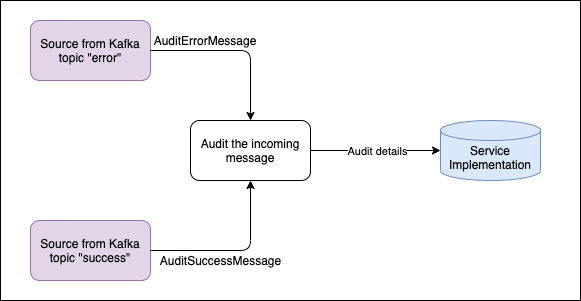
gchq/Palisade-services keeps this draw.io diagram as audit-service/doc/audit-service.png. Above is the earlier version. Source tidied: cells renumbered, new cells last; positions are measured from the earlier drawing's top-left corner, leaving out a move shared by most shapes.
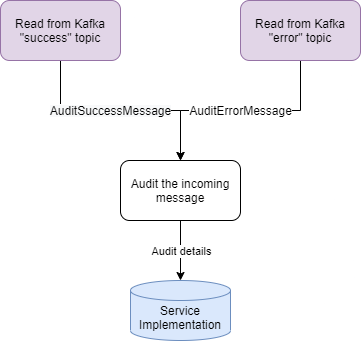
Above is the later version.

Diff of the diagram source:
```diff
@@ -2,46 +2,29 @@
   <root>
     <mxCell id="0" />
     <mxCell id="1" parent="0" />
-    <mxCell id="2" style="rounded=0;whiteSpace=wrap;html=1;" parent="1" vertex="1">
-      <mxGeometry width="580" height="300" as="geometry" />
-    </mxCell>
+    <mxCell id="10" value="&lt;font style=&quot;font-size: 12px&quot;&gt;AuditErrorMessage&lt;/font&gt;" style="edgeStyle=orthogonalEdgeStyle;rounded=0;jettySize=auto;html=1;exitX=0.5;exitY=1;exitDx=0;exitDy=0;entryX=0.5;entryY=0;entryDx=0;entryDy=0;" parent="1" edge="1" source="3" target="5">
+      <mxGeometry relative="1" as="geometry" />
+    </mxCell>
-    <mxCell id="3" value="Source from Kafka topic &quot;error&quot;" style="rounded=1;whiteSpace=wrap;html=1;fillColor=#e1d5e7;strokeColor=#9673a6;" parent="1" vertex="1">
-      <mxGeometry x="30" y="20" width="120" height="60" as="geometry" />
+    <mxCell id="3" value="Read from Kafka &quot;error&quot; topic" style="rounded=1;whiteSpace=wrap;html=1;fillColor=#e1d5e7;strokeColor=#9673a6;" parent="1" vertex="1">
+      <mxGeometry x="310" y="-40" width="120" height="60" as="geometry" />
     </mxCell>
+    <mxCell id="11" value="&lt;span style=&quot;color: rgb(0 , 0 , 0) ; font-family: &amp;#34;helvetica&amp;#34; ; font-style: normal ; font-weight: 400 ; letter-spacing: normal ; text-align: center ; text-indent: 0px ; text-transform: none ; word-spacing: 0px ; background-color: rgb(248 , 249 , 250) ; display: inline ; float: none&quot;&gt;&lt;font style=&quot;font-size: 12px&quot;&gt;AuditSuccessMessage&lt;/font&gt;&lt;/span&gt;" style="edgeStyle=orthogonalEdgeStyle;rounded=0;jettySize=auto;html=1;exitX=0.5;exitY=1;exitDx=0;exitDy=0;" parent="1" edge="1" source="4" target="5">
+      <mxGeometry x="-0.09" relative="1" as="geometry" />
+    </mxCell>
-    <mxCell id="4" value="Source from Kafka topic &quot;success&quot;" style="rounded=1;whiteSpace=wrap;html=1;fillColor=#e1d5e7;strokeColor=#9673a6;" parent="1" vertex="1">
-      <mxGeometry x="30" y="220" width="120" height="60" as="geometry" />
+    <mxCell id="4" value="Read from Kafka &quot;success&quot; topic" style="rounded=1;whiteSpace=wrap;html=1;fillColor=#e1d5e7;strokeColor=#9673a6;" parent="1" vertex="1">
+      <mxGeometry x="70" y="-40" width="120" height="60" as="geometry" />
     </mxCell>
     <mxCell id="5" value="Audit the incoming message" style="rounded=1;whiteSpace=wrap;html=1;" parent="1" vertex="1">
       <mxGeometry x="190" y="120" width="120" height="60" as="geometry" />
     </mxCell>
-    <mxCell id="6" style="endArrow=classic;html=1;exitX=1;exitY=0.5;exitDx=0;exitDy=0;entryX=0.5;entryY=0;entryDx=0;entryDy=0;" parent="1" edge="1" source="3" target="5">
-      <mxGeometry relative="1" as="geometry">
-        <Array as="points">
-          <mxPoint x="250" y="50" />
-        </Array>
-      </mxGeometry>
-    </mxCell>
-    <mxCell id="7" style="endArrow=classic;html=1;exitX=1;exitY=0.5;exitDx=0;exitDy=0;entryX=0.5;entryY=1;entryDx=0;entryDy=0;" parent="1" edge="1" source="4" target="5">
-      <mxGeometry relative="1" as="geometry">
-        <Array as="points">
-          <mxPoint x="250" y="250" />
-        </Array>
-      </mxGeometry>
-    </mxCell>
-    <mxCell id="8" style="endArrow=classic;html=1;exitX=1;exitY=0.5;exitDx=0;exitDy=0;entryX=0;entryY=0.5;entryDx=0;entryDy=0;entryPerimeter=0;" parent="1" edge="1" source="5" target="12">
+    <mxCell id="8" style="endArrow=classic;html=1;exitX=0.5;exitY=1;exitDx=0;exitDy=0;entryX=0.5;entryY=0;entryDx=0;entryDy=0;entryPerimeter=0;" parent="1" edge="1" source="5" target="12">
       <mxGeometry relative="1" as="geometry" />
     </mxCell>
     <mxCell id="9" value="Audit details" style="edgeLabel;html=1;align=center;verticalAlign=middle;" parent="8" vertex="1">
       <mxGeometry x="0.02" relative="1" as="geometry" />
     </mxCell>
-    <mxCell id="10" value="AuditErrorMessage" style="text;html=1;strokeColor=none;fillColor=none;align=center;verticalAlign=middle;whiteSpace=wrap;rounded=0;" parent="1" vertex="1">
-      <mxGeometry x="150" y="30" width="110" height="20" as="geometry" />
-    </mxCell>
-    <mxCell id="11" value="AuditSuccessMessage" style="text;html=1;align=center;verticalAlign=middle;" parent="1" vertex="1">
-      <mxGeometry x="150" y="250" width="140" height="20" as="geometry" />
-    </mxCell>
     <mxCell id="12" value="&lt;br&gt;Service Implementation" style="strokeWidth=1;html=1;shape=mxgraph.flowchart.database;whiteSpace=wrap;fillColor=#dae8fc;strokeColor=#6c8ebf;" parent="1" vertex="1">
-      <mxGeometry x="440" y="120" width="100" height="60" as="geometry" />
+      <mxGeometry x="200" y="240" width="100" height="60" as="geometry" />
     </mxCell>
   </root>
 </mxGraphModel>
```
